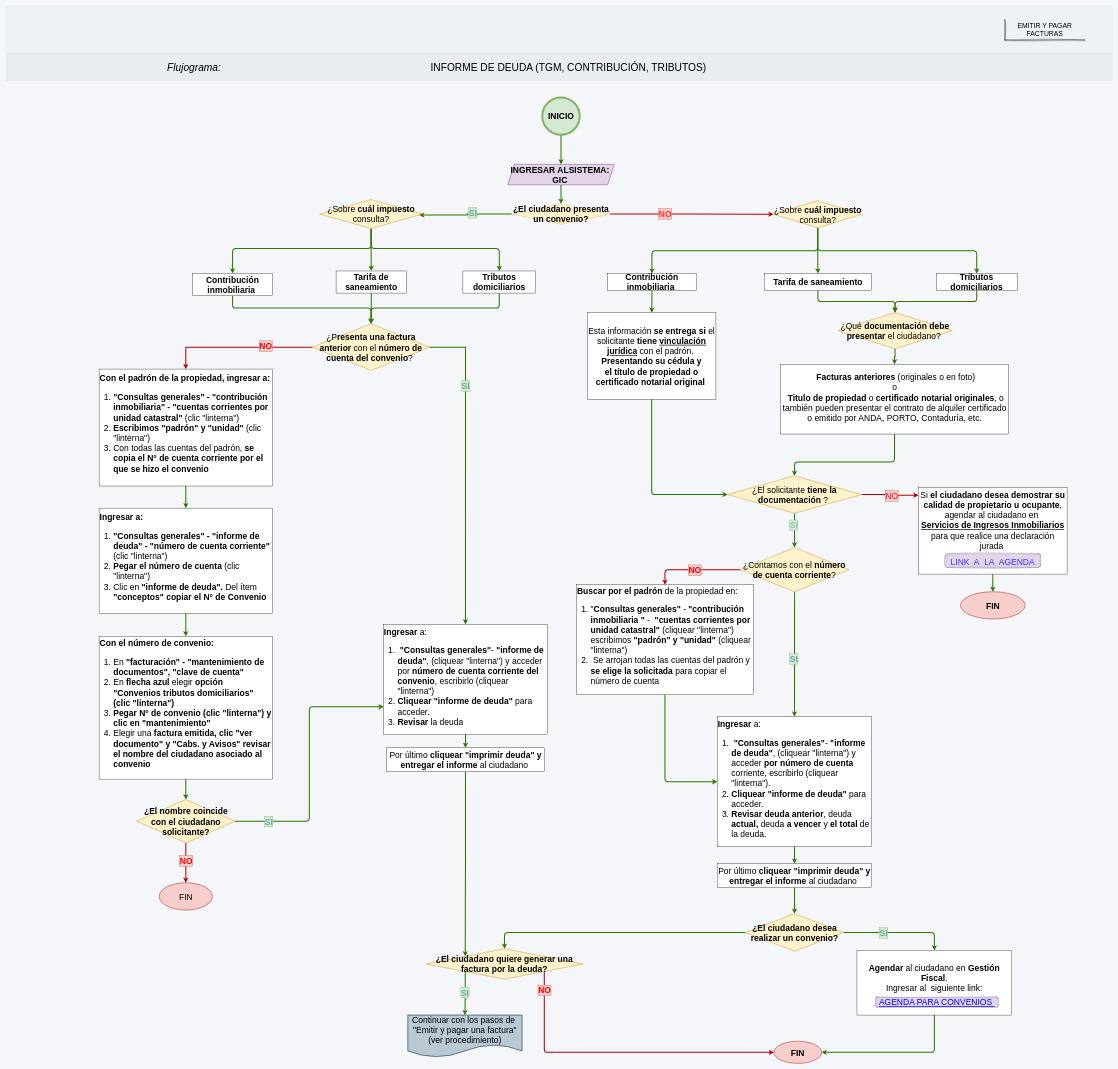
Above: page "INFORME DE DEUDA" (1 of 2) of GIC/GIC.drawio in adlc20/Manual_de_procedimientos_ccz9 (draw.io), before the change. Source tidied: cells renumbered, new cells numbered last; positions are measured from the earlier drawing's top-left corner, leaving out a move shared by most shapes. Both pictures are drawn from the tidied source at 34%, with x=0, y=0 at pixel (6, 6).
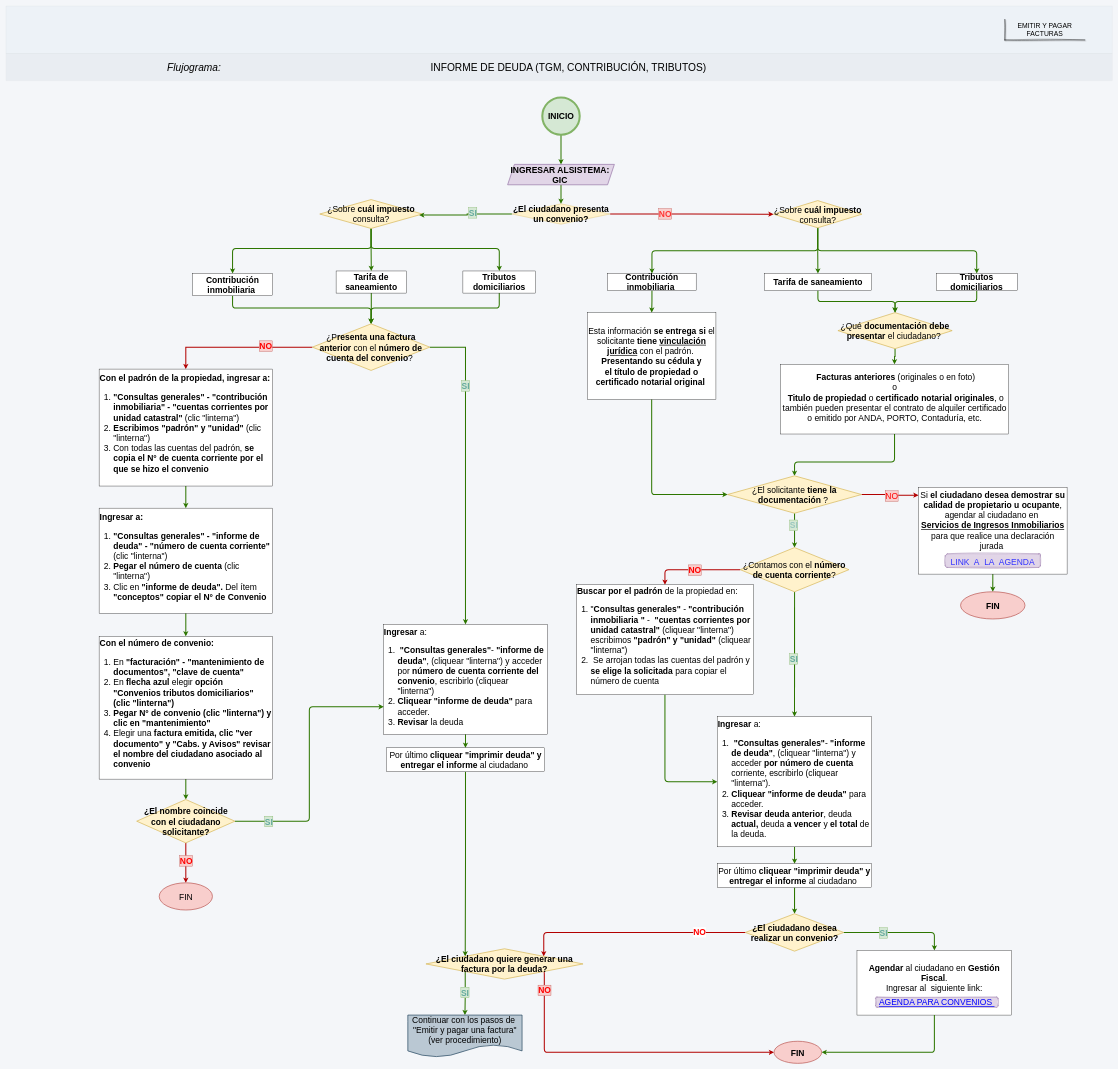
The same page after the edit.

The change refers to these unchanged cells:
```xml
<mxCell id="54" value="&lt;font&gt;&lt;b&gt;¿El ciudadano quiere generar una factura por la&amp;nbsp;&lt;span style=&quot;background-color: transparent; color: light-dark(rgb(0, 0, 0), rgb(255, 255, 255));&quot;&gt;deuda?&lt;/span&gt;&lt;/b&gt;&lt;/font&gt;" style="rhombus;whiteSpace=wrap;html=1;fillColor=#fff2cc;strokeColor=#d6b656;fontSize=25;strokeWidth=2;" parent="1" vertex="1">
  <mxGeometry x="1235.3" y="2773" width="462" height="89.2" as="geometry" />
</mxCell>
<mxCell id="76" value="&lt;font&gt;&lt;b&gt;¿El ciudadano desea realizar un convenio?&lt;/b&gt;&lt;/font&gt;" style="rhombus;whiteSpace=wrap;html=1;fillColor=#fff2cc;strokeColor=#d6b656;fontSize=25;strokeWidth=2;" parent="1" vertex="1">
  <mxGeometry x="2174.9" y="2670" width="289" height="110" as="geometry" />
</mxCell>
```

Change to the diagram source:
```diff
@@
-    <mxCell id="75" style="edgeStyle=orthogonalEdgeStyle;rounded=1;jettySize=auto;html=1;exitX=0;exitY=0.5;exitDx=0;exitDy=0;entryX=0.5;entryY=0;entryDx=0;entryDy=0;fillColor=#60a917;strokeColor=#2D7600;strokeWidth=3;curved=0;" parent="1" edge="1" source="76" target="54">
-      <mxGeometry relative="1" as="geometry" />
+    <mxCell id="75" style="edgeStyle=orthogonalEdgeStyle;rounded=1;jettySize=auto;html=1;exitX=0;exitY=0.5;exitDx=0;exitDy=0;entryX=1;entryY=0;entryDx=0;entryDy=0;fillColor=#e51400;strokeColor=#B20000;strokeWidth=3;curved=0;" parent="1" edge="1" source="76" target="54">
+      <mxGeometry relative="1" as="geometry">
+        <Array as="points">
+          <mxPoint x="1581.8" y="2725" />
+        </Array>
+      </mxGeometry>
     </mxCell>
+    <mxCell id="97" value="&lt;b&gt;&lt;font style=&quot;font-size: 25px; color: rgb(255, 0, 0);&quot;&gt;NO&lt;/font&gt;&lt;/b&gt;" style="edgeLabel;html=1;align=center;verticalAlign=middle;" parent="75" vertex="1">
+      <mxGeometry x="-0.6" y="5" relative="1" as="geometry">
+        <mxPoint x="-2" y="-7" as="offset" />
+      </mxGeometry>
+    </mxCell>
```
